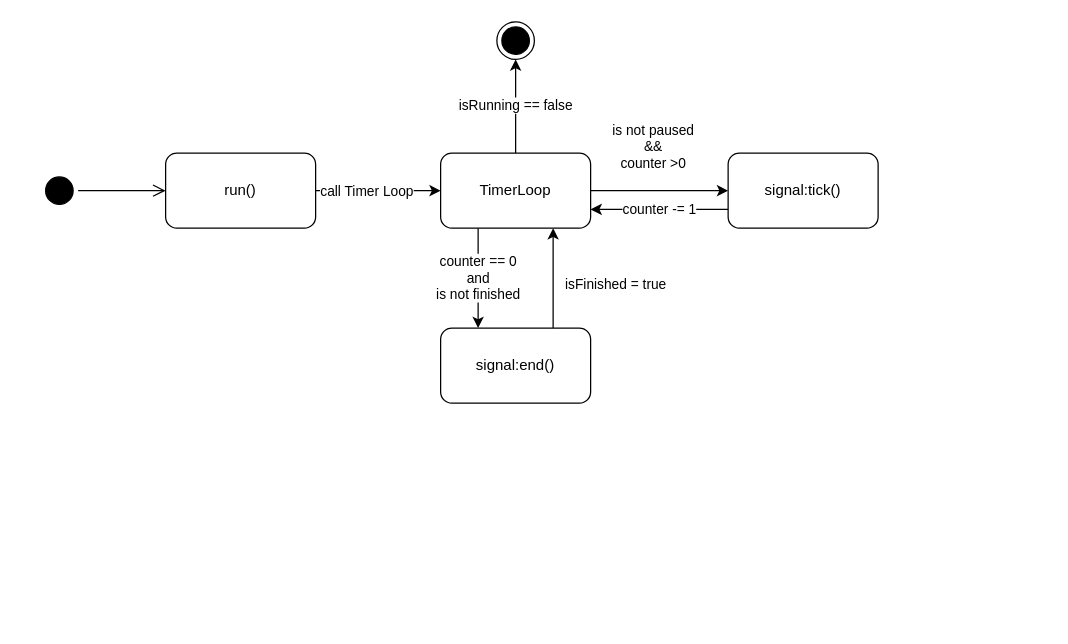
willwright1213/CESSimulator keeps this draw.io diagram as page "Timer State Diagram" (2 of 2) of Documentation/diagrams.drawio. Above is the earlier version. Source tidied: cells renumbered, new cells numbered last; positions are measured from the earlier drawing's top-left corner, leaving out a move shared by most shapes. Both pictures are drawn from the tidied source at 125%, with x=0, y=0 at pixel (40, 21).
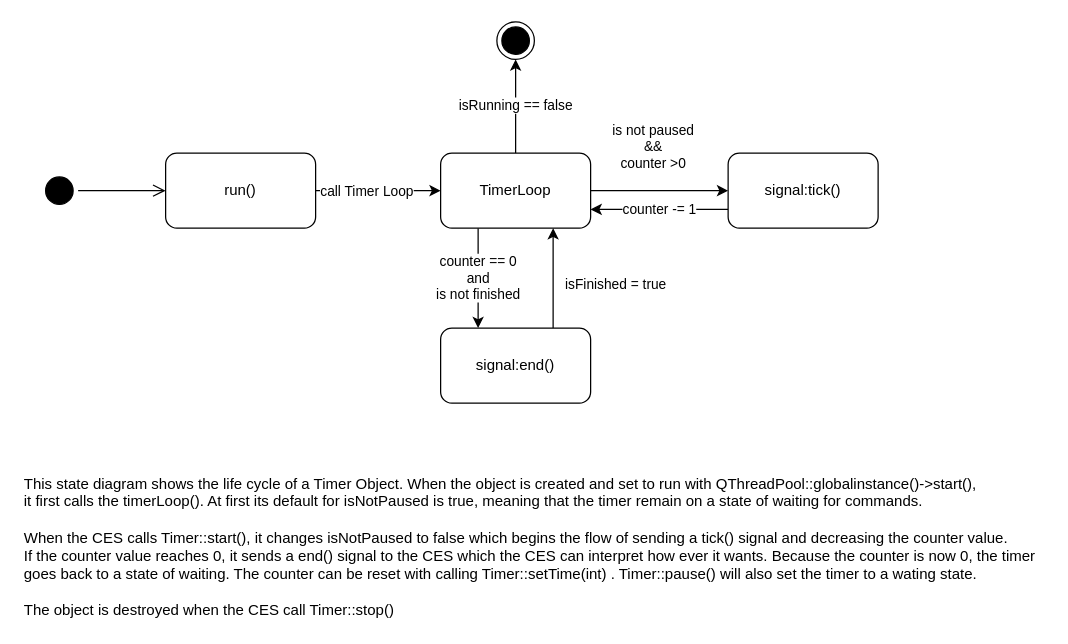
The same page after the edit.

Diff of the diagram source:
```diff
@@
 <mxGraphModel>
   <root>
     <mxCell id="0" />
     <mxCell id="1" parent="0" />
     <mxCell id="2" style="ellipse;html=1;shape=startState;fillColor=#000000;strokeColor=#000000;" parent="1" vertex="1">
       <mxGeometry y="120" width="30" height="30" as="geometry" />
     </mxCell>
     <mxCell id="3" style="edgeStyle=orthogonalEdgeStyle;html=1;verticalAlign=bottom;endArrow=open;endSize=8;strokeColor=#000000;rounded=0;entryX=0;entryY=0.5;entryDx=0;entryDy=0;" parent="1" edge="1" source="2" target="6">
       <mxGeometry relative="1" as="geometry" />
     </mxCell>
     <mxCell id="4" style="edgeStyle=orthogonalEdgeStyle;rounded=0;jettySize=auto;html=1;strokeColor=#000000;" parent="1" edge="1" source="6" target="10">
       <mxGeometry relative="1" as="geometry" />
     </mxCell>
     <mxCell id="5" value="call Timer Loop" style="edgeLabel;html=1;align=center;verticalAlign=middle;" parent="4" vertex="1">
       <mxGeometry x="0.3" y="-1" relative="1" as="geometry">
         <mxPoint x="-25" y="-1" as="offset" />
       </mxGeometry>
     </mxCell>
     <mxCell id="6" value="run()" style="rounded=1;whiteSpace=wrap;html=1;strokeColor=#000000;" parent="1" vertex="1">
       <mxGeometry x="100" y="105" width="120" height="60" as="geometry" />
     </mxCell>
     <mxCell id="7" value="is not paused&lt;br&gt;&amp;amp;&amp;amp;&lt;br&gt;counter &amp;gt;0" style="edgeStyle=orthogonalEdgeStyle;rounded=0;jettySize=auto;html=1;strokeColor=#000000;" parent="1" edge="1" source="10" target="12">
       <mxGeometry x="-0.09" y="35" relative="1" as="geometry">
         <Array as="points">
           <mxPoint x="470" y="135" />
           <mxPoint x="470" y="135" />
         </Array>
       </mxGeometry>
     </mxCell>
     <mxCell id="8" value="counter == 0&lt;br&gt;and&lt;br&gt;is not finished" style="edgeStyle=orthogonalEdgeStyle;rounded=0;jettySize=auto;html=1;strokeColor=#000000;entryX=0.25;entryY=0;entryDx=0;entryDy=0;exitX=0.25;exitY=1;exitDx=0;exitDy=0;" parent="1" edge="1" source="10" target="14">
       <mxGeometry relative="1" as="geometry" />
     </mxCell>
     <mxCell id="9" value="isRunning == false" style="edgeStyle=orthogonalEdgeStyle;rounded=0;jettySize=auto;html=1;strokeColor=#000000;" parent="1" edge="1" source="10" target="15">
       <mxGeometry relative="1" as="geometry" />
     </mxCell>
     <mxCell id="10" value="TimerLoop" style="rounded=1;whiteSpace=wrap;html=1;strokeColor=#000000;" parent="1" vertex="1">
       <mxGeometry x="320" y="105" width="120" height="60" as="geometry" />
     </mxCell>
     <mxCell id="11" value="counter -= 1" style="edgeStyle=orthogonalEdgeStyle;rounded=0;jettySize=auto;html=1;exitX=0;exitY=0.75;exitDx=0;exitDy=0;entryX=1;entryY=0.75;entryDx=0;entryDy=0;strokeColor=#000000;" parent="1" edge="1" source="12" target="10">
       <mxGeometry relative="1" as="geometry" />
     </mxCell>
     <mxCell id="12" value="signal:tick()" style="rounded=1;whiteSpace=wrap;html=1;strokeColor=#000000;" parent="1" vertex="1">
       <mxGeometry x="550" y="105" width="120" height="60" as="geometry" />
     </mxCell>
     <mxCell id="13" value="isFinished = true" style="edgeStyle=orthogonalEdgeStyle;rounded=0;jettySize=auto;html=1;exitX=0.75;exitY=0;exitDx=0;exitDy=0;entryX=0.75;entryY=1;entryDx=0;entryDy=0;strokeColor=#000000;" parent="1" edge="1" source="14" target="10">
       <mxGeometry x="-0.12" y="-50" relative="1" as="geometry" />
     </mxCell>
     <mxCell id="14" value="signal:end()" style="whiteSpace=wrap;html=1;rounded=1;" parent="1" vertex="1">
       <mxGeometry x="320" y="245" width="120" height="60" as="geometry" />
     </mxCell>
     <mxCell id="15" style="ellipse;html=1;shape=endState;fillColor=#000000;strokeColor=#000000;" parent="1" vertex="1">
       <mxGeometry x="365" width="30" height="30" as="geometry" />
     </mxCell>
+    <mxCell id="16" value="This state diagram shows the life cycle of a Timer Object. When the object is created and set to run with QThreadPool::globalinstance()-&amp;gt;start(),&lt;br&gt;it first calls the timerLoop(). At first its default for isNotPaused is true, meaning that the timer remain on a state of waiting for commands.&lt;br&gt;&lt;br&gt;When the CES calls Timer::start(), it changes isNotPaused to false which begins the flow of sending a tick() signal and decreasing the counter value.&lt;br&gt;If the counter value reaches 0, it sends a end() signal to the CES which the CES can interpret how ever it wants. Because the counter is now 0, the timer&lt;br&gt;goes back to a state of waiting. The counter can be reset with calling Timer::setTime(int) . Timer::pause() will also set the timer to a wating state.&lt;br&gt;&lt;br&gt;The object is destroyed when the CES call Timer::stop()" style="text;html=1;align=left;verticalAlign=middle;strokeColor=none;fillColor=none;" parent="1" vertex="1">
+      <mxGeometry x="-15" y="360" width="820" height="120" as="geometry" />
+    </mxCell>
   </root>
 </mxGraphModel>
```
